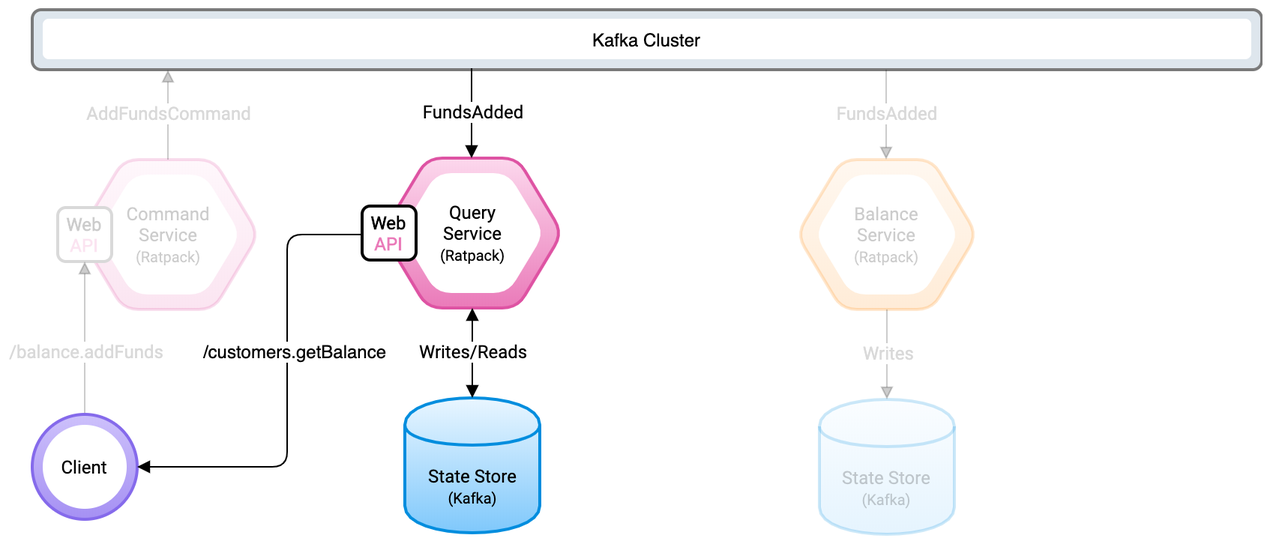
The draw.io diagram diagrams/cqrs-architecture-kafka-query-service.png in pcasas/piggybox, before a commit. Source tidied: cells renumbered, new cells last; positions are measured from the earlier drawing's top-left corner, leaving out a move shared by most shapes.
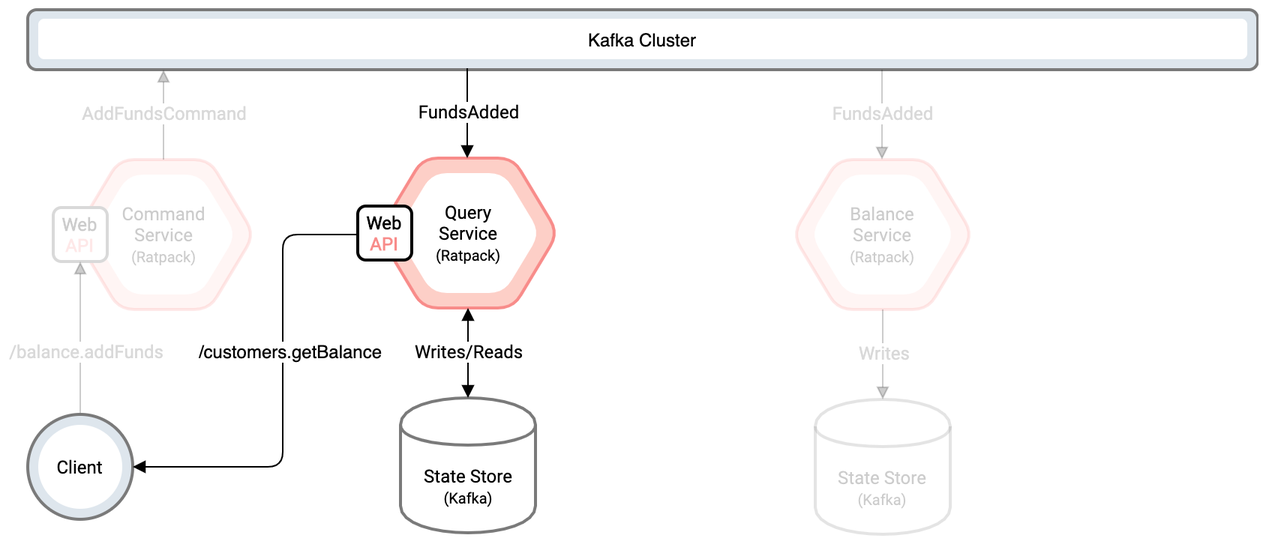
After the commit.

Change to the diagram source:
```diff
@@ -8,13 +8,13 @@
     <mxCell id="3" value="Kafka Cluster" style="rounded=1;whiteSpace=wrap;html=1;strokeWidth=1;fillColor=#FFFFFF;gradientColor=none;dashed=1;perimeterSpacing=0;strokeColor=none;" parent="1" vertex="1">
       <mxGeometry x="7" y="6" width="806" height="27" as="geometry" />
     </mxCell>
-    <mxCell id="4" style="shape=hexagon;perimeter=hexagonPerimeter2;whiteSpace=wrap;html=1;strokeWidth=2;fillColor=#FFDAB3;gradientColor=#FF9F39;rounded=1;comic=0;strokeColor=#ff8300;opacity=20;textOpacity=30;" parent="1" vertex="1">
+    <mxCell id="4" style="shape=hexagon;perimeter=hexagonPerimeter2;whiteSpace=wrap;html=1;strokeWidth=2;fillColor=#FDCFC7;gradientColor=none;rounded=1;comic=0;strokeColor=#F88C8A;opacity=20;textOpacity=30;" parent="1" vertex="1">
       <mxGeometry x="510" y="100" width="120" height="100" as="geometry" />
     </mxCell>
     <mxCell id="5" value="Balance&lt;br&gt;Service&lt;br&gt;&lt;font style=&quot;font-size: 10px&quot;&gt;(Ratpack)&lt;/font&gt;" style="shape=hexagon;perimeter=hexagonPerimeter2;whiteSpace=wrap;html=1;strokeWidth=1;fillColor=#FFFFFF;gradientColor=#FFFFFF;dashed=1;fontFamily=Roboto;FType=g;rounded=1;comic=0;strokeColor=none;textOpacity=20;" parent="1" vertex="1">
       <mxGeometry x="522" y="110" width="96" height="80" as="geometry" />
     </mxCell>
-    <mxCell id="6" value="&lt;font face=&quot;Roboto&quot;&gt;State Store&lt;br&gt;&lt;font style=&quot;font-size: 10px&quot;&gt;(Kafka)&lt;/font&gt;&lt;/font&gt;" style="shape=cylinder;whiteSpace=wrap;html=1;boundedLbl=1;backgroundOutline=1;strokeWidth=2;fillColor=#E9F6FF;gradientColor=#7FC8FB;shadow=0;strokeColor=#008dde;opacity=20;textOpacity=20;" parent="1" vertex="1">
+    <mxCell id="6" value="&lt;font face=&quot;Roboto&quot;&gt;State Store&lt;br&gt;&lt;font style=&quot;font-size: 10px&quot;&gt;(Kafka)&lt;/font&gt;&lt;/font&gt;" style="shape=cylinder;whiteSpace=wrap;html=1;boundedLbl=1;backgroundOutline=1;strokeWidth=2;fillColor=#FFFFFF;gradientColor=none;shadow=0;strokeColor=#7A7A7A;opacity=20;textOpacity=20;" parent="1" vertex="1">
       <mxGeometry x="525" y="260" width="90" height="90" as="geometry" />
     </mxCell>
     <mxCell id="7" style="endArrow=none;startArrow=block;html=1;entryX=0.5;entryY=1;entryDx=0;entryDy=0;exitX=0.5;exitY=0;exitDx=0;exitDy=0;startFill=1;endFill=0;opacity=20;textOpacity=20;" parent="1" edge="1" source="6" target="4">
@@ -39,13 +39,13 @@
         <mxPoint x="-1" as="offset" />
       </mxGeometry>
     </mxCell>
-    <mxCell id="12" style="shape=hexagon;perimeter=hexagonPerimeter2;whiteSpace=wrap;html=1;strokeWidth=2;fillColor=#FCD8ED;gradientColor=#EA7AB9;rounded=1;comic=0;strokeColor=#de53a3;" parent="1" vertex="1">
+    <mxCell id="12" style="shape=hexagon;perimeter=hexagonPerimeter2;whiteSpace=wrap;html=1;strokeWidth=2;fillColor=#FDCFC7;gradientColor=none;rounded=1;comic=0;strokeColor=#F88C8A;" parent="1" vertex="1">
       <mxGeometry x="233.5" y="99" width="120" height="100" as="geometry" />
     </mxCell>
     <mxCell id="13" value="Query&lt;br&gt;Service&lt;br&gt;&lt;font style=&quot;font-size: 10px&quot;&gt;(Ratpack)&lt;/font&gt;" style="shape=hexagon;perimeter=hexagonPerimeter2;whiteSpace=wrap;html=1;strokeWidth=1;fillColor=#FFFFFF;gradientColor=#FFFFFF;dashed=1;fontFamily=Roboto;FType=g;rounded=1;comic=0;strokeColor=none;" parent="1" vertex="1">
       <mxGeometry x="245.5" y="109" width="96" height="80" as="geometry" />
     </mxCell>
-    <mxCell id="14" value="&lt;font face=&quot;Roboto&quot;&gt;State Store&lt;br&gt;&lt;font style=&quot;font-size: 10px&quot;&gt;(Kafka)&lt;/font&gt;&lt;/font&gt;" style="shape=cylinder;whiteSpace=wrap;html=1;boundedLbl=1;backgroundOutline=1;strokeWidth=2;fillColor=#E9F6FF;gradientColor=#7FC8FB;shadow=0;strokeColor=#008dde;" parent="1" vertex="1">
+    <mxCell id="14" value="&lt;font face=&quot;Roboto&quot;&gt;State Store&lt;br&gt;&lt;font style=&quot;font-size: 10px&quot;&gt;(Kafka)&lt;/font&gt;&lt;/font&gt;" style="shape=cylinder;whiteSpace=wrap;html=1;boundedLbl=1;backgroundOutline=1;strokeWidth=2;fillColor=#FFFFFF;gradientColor=none;shadow=0;strokeColor=#7A7A7A;" parent="1" vertex="1">
       <mxGeometry x="248.5" y="259" width="90" height="90" as="geometry" />
     </mxCell>
     <mxCell id="15" style="endArrow=block;startArrow=block;html=1;entryX=0.5;entryY=1;entryDx=0;entryDy=0;exitX=0.5;exitY=0;exitDx=0;exitDy=0;startFill=1;endFill=1;" parent="1" edge="1" source="14" target="12">
@@ -70,7 +70,7 @@
         <mxPoint x="-1" as="offset" />
       </mxGeometry>
     </mxCell>
-    <mxCell id="20" style="shape=hexagon;perimeter=hexagonPerimeter2;whiteSpace=wrap;html=1;strokeWidth=2;fillColor=#FCD8ED;gradientColor=#EA7AB9;rounded=1;comic=0;strokeColor=#de53a3;opacity=20;textOpacity=20;" parent="1" vertex="1">
+    <mxCell id="20" style="shape=hexagon;perimeter=hexagonPerimeter2;whiteSpace=wrap;html=1;strokeWidth=2;fillColor=#FDCFC7;gradientColor=none;rounded=1;comic=0;strokeColor=#F88C8A;opacity=20;textOpacity=20;" parent="1" vertex="1">
       <mxGeometry x="31" y="100" width="120" height="100" as="geometry" />
     </mxCell>
     <mxCell id="21" value="Command&lt;br&gt;Service&lt;br&gt;&lt;font style=&quot;font-size: 10px&quot;&gt;(Ratpack)&lt;/font&gt;" style="shape=hexagon;perimeter=hexagonPerimeter2;whiteSpace=wrap;html=1;strokeWidth=1;fillColor=#FFFFFF;gradientColor=#FFFFFF;dashed=1;fontFamily=Roboto;FType=g;rounded=1;comic=0;strokeColor=none;textOpacity=20;" parent="1" vertex="1">
@@ -87,10 +87,10 @@
         <mxPoint x="-1" as="offset" />
       </mxGeometry>
     </mxCell>
-    <mxCell id="24" value="&lt;font face=&quot;Roboto&quot;&gt;&lt;b&gt;Web&lt;/b&gt;&lt;br&gt;&lt;font color=&quot;#ea7ab9&quot;&gt;&lt;b&gt;API&lt;/b&gt;&lt;/font&gt;&lt;/font&gt;" style="rounded=1;whiteSpace=wrap;html=1;shadow=0;comic=0;strokeWidth=2;fillColor=#FFF;gradientColor=none;textOpacity=20;strokeColor=#D9D9D9;" parent="1" vertex="1">
+    <mxCell id="24" value="&lt;font face=&quot;Roboto&quot;&gt;&lt;b&gt;Web&lt;/b&gt;&lt;br&gt;&lt;b&gt;&lt;font color=&quot;#f88c8a&quot;&gt;API&lt;/font&gt;&lt;/b&gt;&lt;/font&gt;" style="rounded=1;whiteSpace=wrap;html=1;shadow=0;comic=0;strokeWidth=2;fillColor=#FFF;gradientColor=none;textOpacity=20;strokeColor=#D9D9D9;" parent="1" vertex="1">
       <mxGeometry x="17" y="132" width="36" height="36" as="geometry" />
     </mxCell>
-    <mxCell id="25" value="&lt;font face=&quot;Roboto&quot;&gt;&lt;b&gt;Web&lt;/b&gt;&lt;br&gt;&lt;font color=&quot;#ea7ab9&quot;&gt;&lt;b&gt;API&lt;/b&gt;&lt;/font&gt;&lt;/font&gt;" style="rounded=1;whiteSpace=wrap;html=1;shadow=0;comic=0;strokeWidth=2;fillColor=#FFF;gradientColor=none;" parent="1" vertex="1">
+    <mxCell id="25" value="&lt;font face=&quot;Roboto&quot;&gt;&lt;b&gt;Web&lt;/b&gt;&lt;br&gt;&lt;b&gt;&lt;font color=&quot;#f88c8a&quot;&gt;API&lt;/font&gt;&lt;/b&gt;&lt;/font&gt;" style="rounded=1;whiteSpace=wrap;html=1;shadow=0;comic=0;strokeWidth=2;fillColor=#FFF;gradientColor=none;" parent="1" vertex="1">
       <mxGeometry x="220" y="131" width="36" height="36" as="geometry" />
     </mxCell>
     <mxCell id="26" style="endArrow=block;html=1;exitX=0.5;exitY=0;exitDx=0;exitDy=0;entryX=0.5;entryY=1;entryDx=0;entryDy=0;endFill=1;textOpacity=20;opacity=20;" parent="1" edge="1" source="28" target="24">
@@ -98,10 +98,10 @@
     </mxCell>
     <mxCell id="27" value="&lt;font face=&quot;Roboto&quot;&gt;/balance.addFunds&lt;/font&gt;" style="text;html=1;align=center;verticalAlign=middle;labelBackgroundColor=#ffffff;fontColor=#D9D9D9;" parent="26" vertex="1">
       <mxGeometry x="0.02" y="-2" relative="1" as="geometry">
-        <mxPoint x="-2" y="9" as="offset" />
+        <mxPoint x="1" y="9" as="offset" />
       </mxGeometry>
     </mxCell>
-    <mxCell id="28" style="ellipse;whiteSpace=wrap;html=1;rounded=1;shadow=0;comic=0;strokeColor=#856aeb;strokeWidth=2;fillColor=#A590F3;gradientColor=#CDC1FB;gradientDirection=north;" parent="1" vertex="1">
+    <mxCell id="28" style="ellipse;whiteSpace=wrap;html=1;rounded=1;shadow=0;comic=0;strokeColor=#7A7A7A;strokeWidth=2;fillColor=#DEE6ED;gradientColor=none;gradientDirection=north;" parent="1" vertex="1">
       <mxGeometry y="270" width="70" height="70" as="geometry" />
     </mxCell>
     <mxCell id="29" value="&lt;font face=&quot;Roboto&quot;&gt;Client&lt;/font&gt;" style="ellipse;whiteSpace=wrap;html=1;rounded=1;shadow=0;comic=0;strokeColor=none;strokeWidth=1;fillColor=#FFF;gradientColor=none;" parent="1" vertex="1">
```
